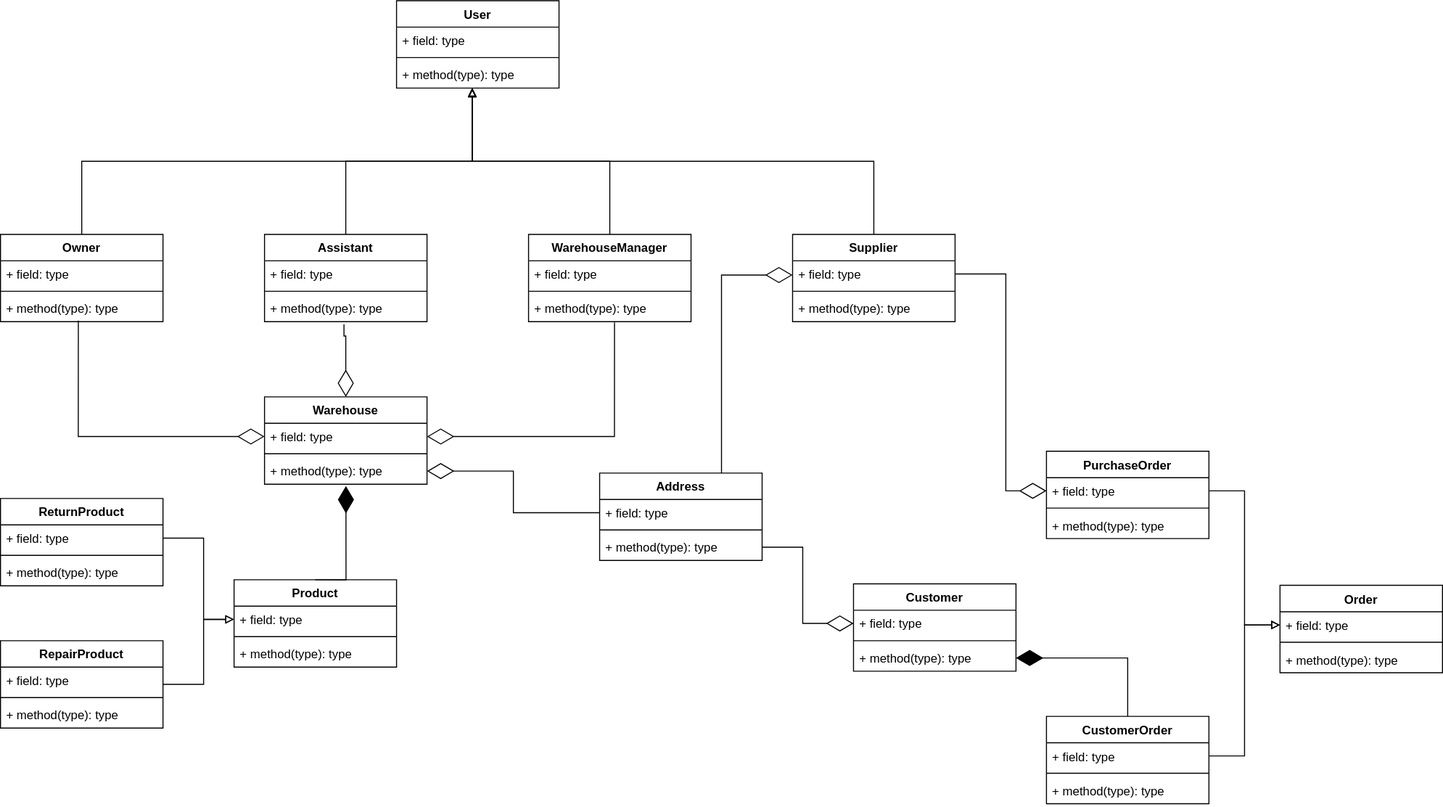
Above: Class Diagram.svg in Simamkele88/IFM3_GP (draw.io), before the change. Source tidied: cells renumbered, new cells last; positions are measured from the earlier drawing's top-left corner, leaving out a move shared by most shapes.
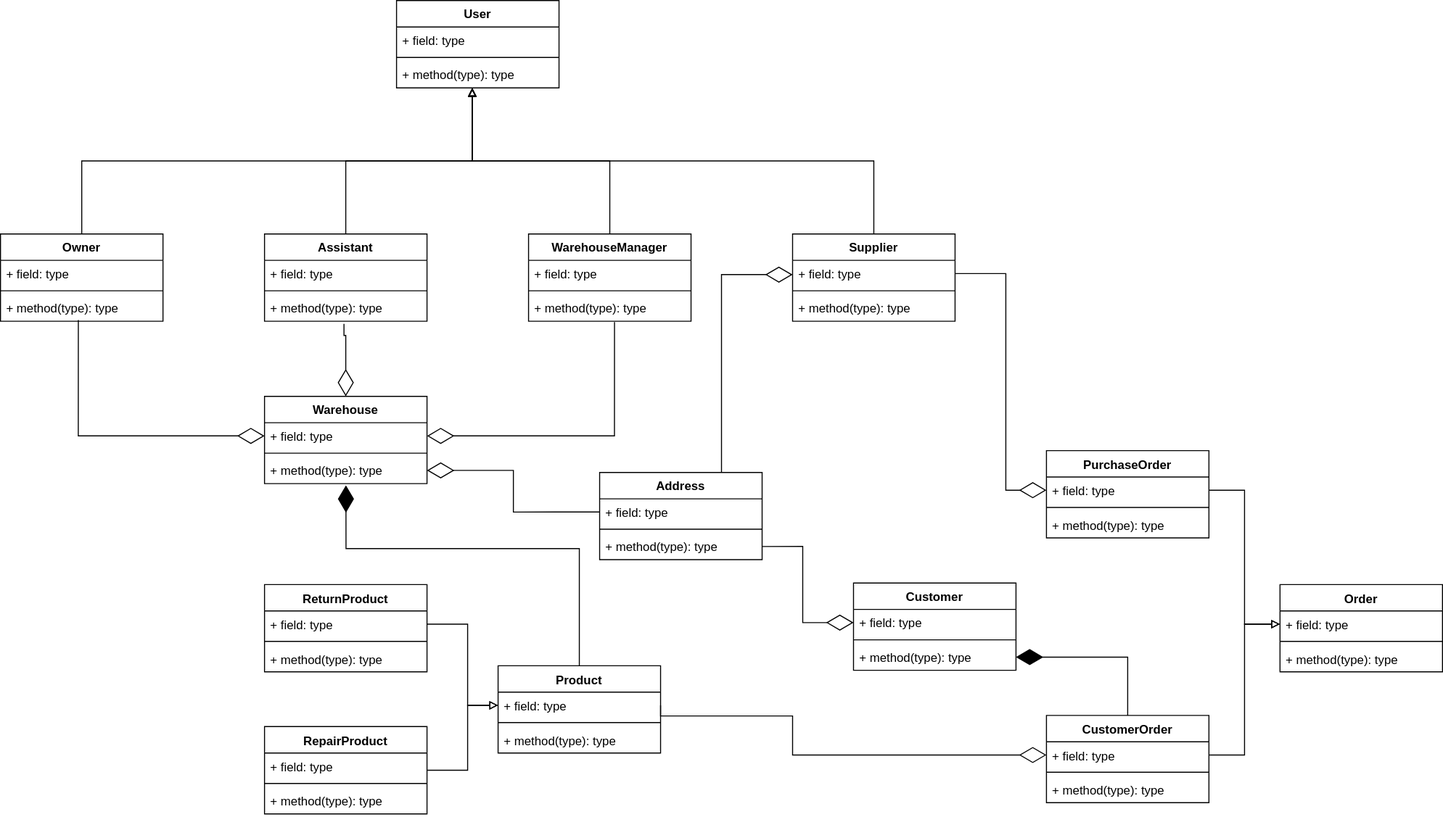
After the change.

Change to the diagram source:
```diff
@@ -77,13 +77,13 @@
     <mxCell id="26" style="edgeStyle=orthogonalEdgeStyle;rounded=0;jettySize=auto;html=1;entryX=0;entryY=0.5;entryDx=0;entryDy=0;exitX=1;exitY=0.5;exitDx=0;exitDy=0;endArrow=block;endFill=0;" parent="1" edge="1" source="28" target="37">
       <mxGeometry relative="1" as="geometry">
         <Array as="points">
-          <mxPoint x="200" y="529" />
-          <mxPoint x="200" y="609" />
+          <mxPoint x="460" y="614.5" />
+          <mxPoint x="460" y="694.5" />
         </Array>
       </mxGeometry>
     </mxCell>
     <mxCell id="27" value="ReturnProduct" style="swimlane;fontStyle=1;align=center;verticalAlign=top;horizontal=1;startSize=26;whiteSpace=wrap;html=1;" parent="1" vertex="1">
-      <mxGeometry y="490" width="160" height="86" as="geometry" />
+      <mxGeometry x="260" y="575.5" width="160" height="86" as="geometry" />
     </mxCell>
     <mxCell id="28" value="+ field: type" style="text;strokeColor=none;fillColor=none;align=left;verticalAlign=top;spacingLeft=4;spacingRight=4;overflow=hidden;points=[[0,0.5],[1,0.5]];portConstraint=eastwest;whiteSpace=wrap;html=1;" parent="27" vertex="1">
       <mxGeometry y="26" width="160" height="26" as="geometry" />
@@ -97,13 +97,13 @@
     <mxCell id="31" style="edgeStyle=orthogonalEdgeStyle;rounded=0;jettySize=auto;html=1;entryX=0;entryY=0.5;entryDx=0;entryDy=0;endArrow=block;endFill=0;" parent="1" edge="1" source="32" target="37">
       <mxGeometry relative="1" as="geometry">
         <Array as="points">
-          <mxPoint x="200" y="673" />
-          <mxPoint x="200" y="609" />
+          <mxPoint x="460" y="758.5" />
+          <mxPoint x="460" y="694.5" />
         </Array>
       </mxGeometry>
     </mxCell>
     <mxCell id="32" value="RepairProduct" style="swimlane;fontStyle=1;align=center;verticalAlign=top;horizontal=1;startSize=26;whiteSpace=wrap;html=1;" parent="1" vertex="1">
-      <mxGeometry y="630" width="160" height="86" as="geometry" />
+      <mxGeometry x="260" y="715.5" width="160" height="86" as="geometry" />
     </mxCell>
     <mxCell id="33" value="+ field: type" style="text;strokeColor=none;fillColor=none;align=left;verticalAlign=top;spacingLeft=4;spacingRight=4;overflow=hidden;whiteSpace=wrap;html=1;" parent="32" vertex="1">
       <mxGeometry y="26" width="160" height="26" as="geometry" />
@@ -115,7 +115,7 @@
       <mxGeometry y="60" width="160" height="26" as="geometry" />
     </mxCell>
     <mxCell id="36" value="Product" style="swimlane;fontStyle=1;align=center;verticalAlign=top;horizontal=1;startSize=26;whiteSpace=wrap;html=1;" parent="1" vertex="1">
-      <mxGeometry x="230" y="570" width="160" height="86" as="geometry" />
+      <mxGeometry x="490" y="655.5" width="160" height="86" as="geometry" />
     </mxCell>
     <mxCell id="37" value="+ field: type" style="text;strokeColor=none;fillColor=none;align=left;verticalAlign=top;spacingLeft=4;spacingRight=4;overflow=hidden;points=[[0,0.5],[1,0.5]];portConstraint=eastwest;whiteSpace=wrap;html=1;" parent="36" vertex="1">
       <mxGeometry y="26" width="160" height="26" as="geometry" />
@@ -229,7 +229,8 @@
     <mxCell id="69" style="endArrow=diamondThin;endFill=1;endSize=24;html=1;rounded=0;entryX=0.501;entryY=1.066;entryDx=0;entryDy=0;entryPerimeter=0;exitX=0.5;exitY=0;exitDx=0;exitDy=0;edgeStyle=orthogonalEdgeStyle;" parent="1" edge="1" source="36" target="61">
       <mxGeometry relative="1" as="geometry">
         <Array as="points">
-          <mxPoint x="340" y="570" />
+          <mxPoint x="570" y="540" />
+          <mxPoint x="340" y="540" />
         </Array>
       </mxGeometry>
     </mxCell>
@@ -264,5 +265,14 @@
         </Array>
       </mxGeometry>
     </mxCell>
+    <mxCell id="75" style="endArrow=diamondThin;endFill=0;endSize=24;html=1;rounded=0;edgeStyle=orthogonalEdgeStyle;entryX=0;entryY=0.5;entryDx=0;entryDy=0;exitX=1;exitY=0.5;exitDx=0;exitDy=0;" parent="1" edge="1" source="37" target="49">
+      <mxGeometry relative="1" as="geometry">
+        <Array as="points">
+          <mxPoint x="650" y="705" />
+          <mxPoint x="780" y="705" />
+          <mxPoint x="780" y="743" />
+        </Array>
+      </mxGeometry>
+    </mxCell>
   </root>
 </mxGraphModel>
```
